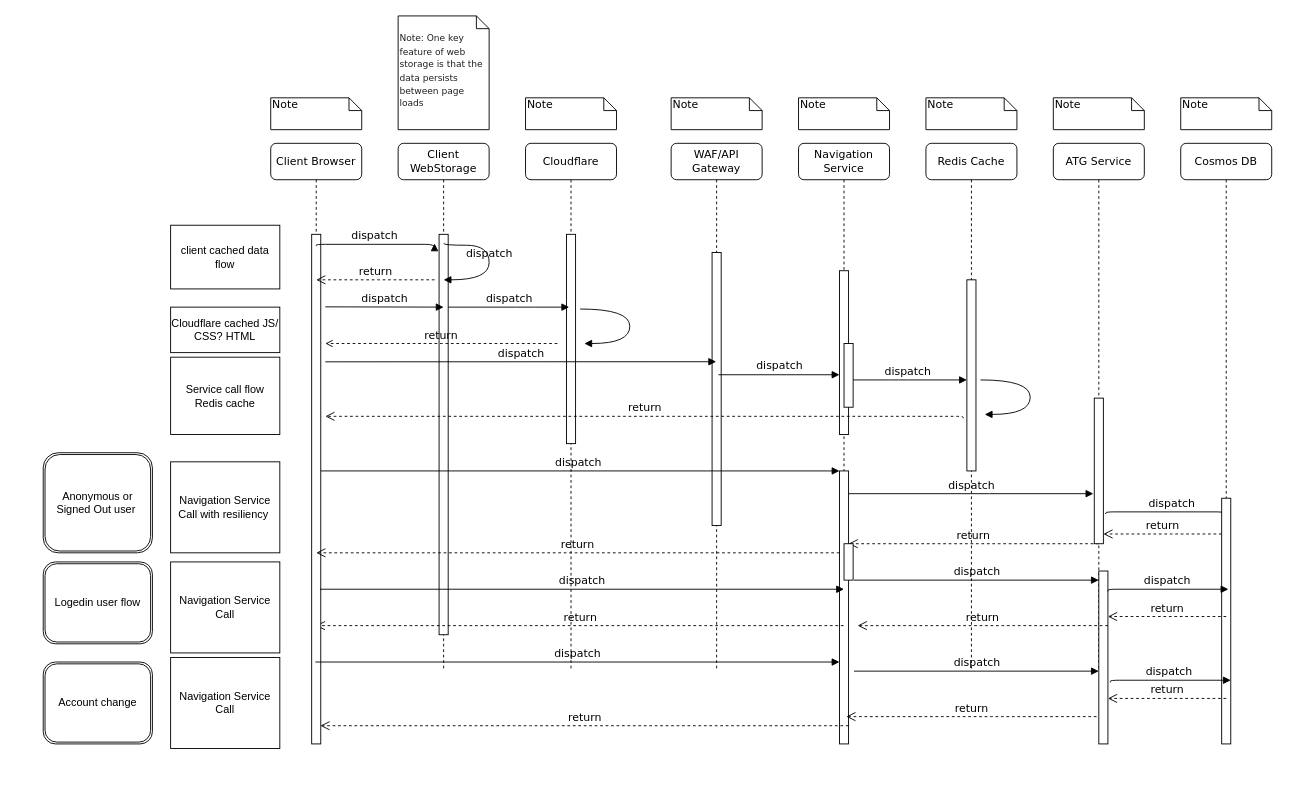
Before: Navigation Seq.drawio in neio100/orange, a draw.io diagram. Source tidied: cells renumbered, new cells numbered last; positions are measured from the earlier drawing's top-left corner, leaving out a move shared by most shapes. Both pictures are drawn from the tidied source at 91%, with x=0, y=0 at pixel (43, 15).
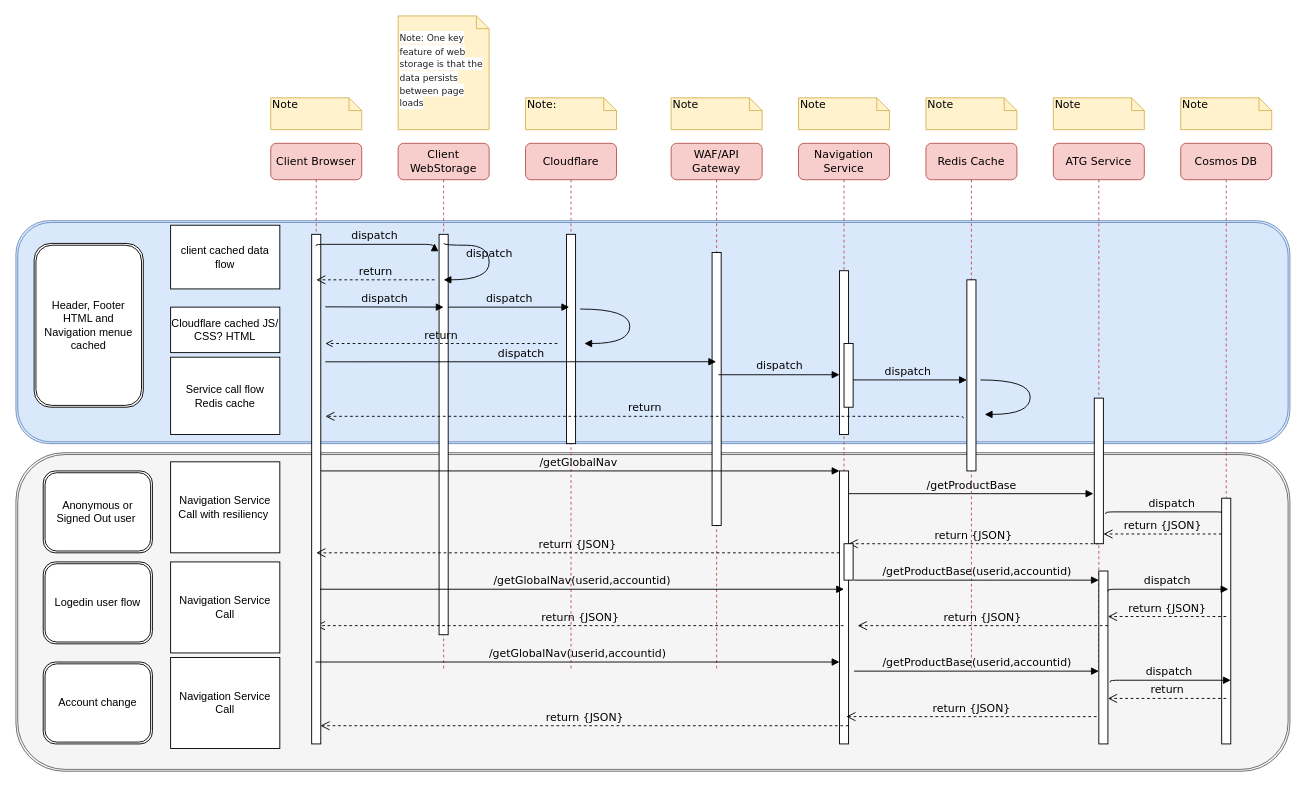
Above is the later version.

The change refers to these unchanged cells:
```xml
<mxCell id="17" style="html=1;points=[];perimeter=orthogonalPerimeter;rounded=0;shadow=0;comic=0;labelBackgroundColor=none;strokeWidth=1;fontFamily=Verdana;fontSize=12;align=center;" parent="1" vertex="1">
  <mxGeometry x="875" y="500" width="10" height="300" as="geometry" />
</mxCell>
```

Change to the diagram source:
```diff
@@
+    <mxCell id="69" style="shape=ext;double=1;rounded=1;whiteSpace=wrap;html=1;verticalAlign=middle;fillColor=#f5f5f5;strokeColor=#666666;fontColor=#333333;" parent="1" vertex="1">
+      <mxGeometry x="-30" y="480" width="1400" height="350" as="geometry" />
+    </mxCell>
+    <mxCell id="70" style="shape=ext;double=1;rounded=1;whiteSpace=wrap;html=1;verticalAlign=middle;fillColor=#dae8fc;strokeColor=#6c8ebf;" parent="1" vertex="1">
+      <mxGeometry x="-30" y="225" width="1400" height="245" as="geometry" />
+    </mxCell>
@@
-    <mxCell id="3" value="Cloudflare" style="shape=umlLifeline;perimeter=lifelinePerimeter;whiteSpace=wrap;html=1;rounded=1;shadow=0;comic=0;labelBackgroundColor=none;strokeWidth=1;fontFamily=Verdana;fontSize=12;align=center;" parent="1" vertex="1">
+    <mxCell id="3" value="Cloudflare" style="shape=umlLifeline;perimeter=lifelinePerimeter;whiteSpace=wrap;html=1;rounded=1;shadow=0;comic=0;labelBackgroundColor=none;strokeWidth=1;fontFamily=Verdana;fontSize=12;align=center;fillColor=#f8cecc;strokeColor=#b85450;" parent="1" vertex="1">
       <mxGeometry x="530" y="140" width="100" height="580" as="geometry" />
     </mxCell>
@@
-    <mxCell id="5" value="WAF/API Gateway" style="shape=umlLifeline;perimeter=lifelinePerimeter;whiteSpace=wrap;html=1;outlineConnect=0;rounded=1;shadow=0;comic=0;labelBackgroundColor=none;strokeWidth=1;fontFamily=Verdana;fontSize=12;align=center;" parent="1" vertex="1">
+    <mxCell id="5" value="WAF/API Gateway" style="shape=umlLifeline;perimeter=lifelinePerimeter;whiteSpace=wrap;html=1;outlineConnect=0;rounded=1;shadow=0;comic=0;labelBackgroundColor=none;strokeWidth=1;fontFamily=Verdana;fontSize=12;align=center;fillColor=#f8cecc;strokeColor=#b85450;" parent="1" vertex="1">
       <mxGeometry x="690" y="140" width="100" height="580" as="geometry" />
     </mxCell>
@@
-    <mxCell id="7" value="Navigation Service" style="shape=umlLifeline;perimeter=lifelinePerimeter;whiteSpace=wrap;html=1;outlineConnect=0;rounded=1;shadow=0;comic=0;labelBackgroundColor=none;strokeWidth=1;fontFamily=Verdana;fontSize=12;align=center;" parent="1" vertex="1">
+    <mxCell id="7" value="Navigation Service" style="shape=umlLifeline;perimeter=lifelinePerimeter;whiteSpace=wrap;html=1;outlineConnect=0;rounded=1;shadow=0;comic=0;labelBackgroundColor=none;strokeWidth=1;fontFamily=Verdana;fontSize=12;align=center;fillColor=#f8cecc;strokeColor=#b85450;" parent="1" vertex="1">
       <mxGeometry x="830" y="140" width="100" height="580" as="geometry" />
     </mxCell>
-    <mxCell id="8" value="Redis Cache" style="shape=umlLifeline;perimeter=lifelinePerimeter;whiteSpace=wrap;html=1;rounded=1;shadow=0;comic=0;labelBackgroundColor=none;strokeWidth=1;fontFamily=Verdana;fontSize=12;align=center;" parent="1" vertex="1">
+    <mxCell id="8" value="Redis Cache" style="shape=umlLifeline;perimeter=lifelinePerimeter;whiteSpace=wrap;html=1;rounded=1;shadow=0;comic=0;labelBackgroundColor=none;strokeWidth=1;fontFamily=Verdana;fontSize=12;align=center;fillColor=#f8cecc;strokeColor=#b85450;" parent="1" vertex="1">
       <mxGeometry x="970" y="140" width="100" height="580" as="geometry" />
     </mxCell>
-    <mxCell id="9" value="ATG Service" style="shape=umlLifeline;perimeter=lifelinePerimeter;whiteSpace=wrap;html=1;rounded=1;shadow=0;comic=0;labelBackgroundColor=none;strokeWidth=1;fontFamily=Verdana;fontSize=12;align=center;" parent="1" vertex="1">
+    <mxCell id="9" value="ATG Service" style="shape=umlLifeline;perimeter=lifelinePerimeter;whiteSpace=wrap;html=1;rounded=1;shadow=0;comic=0;labelBackgroundColor=none;strokeWidth=1;fontFamily=Verdana;fontSize=12;align=center;fillColor=#f8cecc;strokeColor=#b85450;" parent="1" vertex="1">
       <mxGeometry x="1110" y="140" width="100" height="580" as="geometry" />
     </mxCell>
-    <mxCell id="10" value="Cosmos DB" style="shape=umlLifeline;perimeter=lifelinePerimeter;whiteSpace=wrap;html=1;rounded=1;shadow=0;comic=0;labelBackgroundColor=none;strokeWidth=1;fontFamily=Verdana;fontSize=12;align=center;" parent="1" vertex="1">
+    <mxCell id="10" value="Cosmos DB" style="shape=umlLifeline;perimeter=lifelinePerimeter;whiteSpace=wrap;html=1;rounded=1;shadow=0;comic=0;labelBackgroundColor=none;strokeWidth=1;fontFamily=Verdana;fontSize=12;align=center;fillColor=#f8cecc;strokeColor=#b85450;" parent="1" vertex="1">
       <mxGeometry x="1250" y="140" width="100" height="580" as="geometry" />
     </mxCell>
-    <mxCell id="11" value="Client WebStorage" style="shape=umlLifeline;perimeter=lifelinePerimeter;whiteSpace=wrap;html=1;rounded=1;shadow=0;comic=0;labelBackgroundColor=none;strokeWidth=1;fontFamily=Verdana;fontSize=12;align=center;" parent="1" vertex="1">
+    <mxCell id="11" value="Client WebStorage" style="shape=umlLifeline;perimeter=lifelinePerimeter;whiteSpace=wrap;html=1;rounded=1;shadow=0;comic=0;labelBackgroundColor=none;strokeWidth=1;fontFamily=Verdana;fontSize=12;align=center;fillColor=#f8cecc;strokeColor=#b85450;" parent="1" vertex="1">
       <mxGeometry x="390" y="140" width="100" height="580" as="geometry" />
     </mxCell>
@@
-    <mxCell id="18" value="dispatch" style="html=1;verticalAlign=bottom;endArrow=block;entryX=0;entryY=0;labelBackgroundColor=none;fontFamily=Verdana;fontSize=12;" parent="1" edge="1" source="35" target="17">
+    <mxCell id="18" value="/getGlobalNav" style="html=1;verticalAlign=bottom;endArrow=block;entryX=0;entryY=0;labelBackgroundColor=none;fontFamily=Verdana;fontSize=12;" parent="1" edge="1" source="35" target="17">
       <mxGeometry relative="1" as="geometry" />
     </mxCell>
@@
-    <mxCell id="20" value="dispatch" style="html=1;verticalAlign=bottom;endArrow=block;labelBackgroundColor=none;fontFamily=Verdana;fontSize=12;" parent="1" edge="1" source="17">
+    <mxCell id="20" value="/getProductBase" style="html=1;verticalAlign=bottom;endArrow=block;labelBackgroundColor=none;fontFamily=Verdana;fontSize=12;" parent="1" edge="1" source="17">
       <mxGeometry relative="1" as="geometry">
         <mxPoint x="1154" y="525" as="targetPoint" />
         <Array as="points">
           <mxPoint x="1030" y="525" />
         </Array>
       </mxGeometry>
     </mxCell>
-    <mxCell id="21" value="return" style="html=1;verticalAlign=bottom;endArrow=open;dashed=1;endSize=8;labelBackgroundColor=none;fontFamily=Verdana;fontSize=12;" parent="1" edge="1" target="17">
+    <mxCell id="21" value="return {JSON}" style="html=1;verticalAlign=bottom;endArrow=open;dashed=1;endSize=8;labelBackgroundColor=none;fontFamily=Verdana;fontSize=12;" parent="1" edge="1" target="17">
       <mxGeometry relative="1" as="geometry">
         <mxPoint x="1160" y="580" as="sourcePoint" />
         <Array as="points">
           <mxPoint x="1050" y="580" />
         </Array>
       </mxGeometry>
     </mxCell>
@@
-    <mxCell id="23" value="return" style="html=1;verticalAlign=bottom;endArrow=open;dashed=1;endSize=8;labelBackgroundColor=none;fontFamily=Verdana;fontSize=12;edgeStyle=elbowEdgeStyle;elbow=vertical;" parent="1" edge="1" source="7" target="35">
+    <mxCell id="23" value="return {JSON}" style="html=1;verticalAlign=bottom;endArrow=open;dashed=1;endSize=8;labelBackgroundColor=none;fontFamily=Verdana;fontSize=12;edgeStyle=elbowEdgeStyle;elbow=vertical;" parent="1" edge="1" source="7" target="35">
       <mxGeometry relative="1" as="geometry">
         <Array as="points">
           <mxPoint x="520" y="670" />
           <mxPoint x="860" y="660" />
         </Array>
       </mxGeometry>
     </mxCell>
@@
-    <mxCell id="27" value="&lt;span style=&quot;color: rgb(33 , 33 , 33) ; font-family: &amp;#34;arial&amp;#34; , , sans-serif ; letter-spacing: -0.0444444px ; background-color: rgb(255 , 255 , 255)&quot;&gt;&lt;font style=&quot;font-size: 10px&quot;&gt;Note: One key feature of web storage is that the data persists between page loads&lt;/font&gt;&lt;/span&gt;" style="shape=note;whiteSpace=wrap;html=1;size=14;verticalAlign=middle;align=left;spacingTop=-6;rounded=0;shadow=0;comic=0;labelBackgroundColor=none;strokeWidth=1;fontFamily=Verdana;fontSize=12;" parent="1" vertex="1">
+    <mxCell id="27" value="&lt;span style=&quot;color: rgb(33 , 33 , 33) ; font-family: &amp;#34;arial&amp;#34; , , sans-serif ; letter-spacing: -0.0444444px ; background-color: rgb(255 , 255 , 255)&quot;&gt;&lt;font style=&quot;font-size: 10px&quot;&gt;Note: One key feature of web storage is that the data persists between page loads&lt;/font&gt;&lt;/span&gt;" style="shape=note;whiteSpace=wrap;html=1;size=14;verticalAlign=middle;align=left;spacingTop=-6;rounded=0;shadow=0;comic=0;labelBackgroundColor=none;strokeWidth=1;fontFamily=Verdana;fontSize=12;fillColor=#fff2cc;strokeColor=#d6b656;" parent="1" vertex="1">
       <mxGeometry x="390" width="100" height="125" as="geometry" />
     </mxCell>
-    <mxCell id="28" value="Note" style="shape=note;whiteSpace=wrap;html=1;size=14;verticalAlign=top;align=left;spacingTop=-6;rounded=0;shadow=0;comic=0;labelBackgroundColor=none;strokeWidth=1;fontFamily=Verdana;fontSize=12;" parent="1" vertex="1">
+    <mxCell id="28" value="Note:&amp;nbsp;" style="shape=note;whiteSpace=wrap;html=1;size=14;verticalAlign=top;align=left;spacingTop=-6;rounded=0;shadow=0;comic=0;labelBackgroundColor=none;strokeWidth=1;fontFamily=Verdana;fontSize=12;fillColor=#fff2cc;strokeColor=#d6b656;" parent="1" vertex="1">
       <mxGeometry x="530" y="90" width="100" height="35" as="geometry" />
     </mxCell>
-    <mxCell id="29" value="Note" style="shape=note;whiteSpace=wrap;html=1;size=14;verticalAlign=top;align=left;spacingTop=-6;rounded=0;shadow=0;comic=0;labelBackgroundColor=none;strokeWidth=1;fontFamily=Verdana;fontSize=12;" parent="1" vertex="1">
+    <mxCell id="29" value="Note" style="shape=note;whiteSpace=wrap;html=1;size=14;verticalAlign=top;align=left;spacingTop=-6;rounded=0;shadow=0;comic=0;labelBackgroundColor=none;strokeWidth=1;fontFamily=Verdana;fontSize=12;fillColor=#fff2cc;strokeColor=#d6b656;" parent="1" vertex="1">
       <mxGeometry x="690" y="90" width="100" height="35" as="geometry" />
     </mxCell>
-    <mxCell id="30" value="Note" style="shape=note;whiteSpace=wrap;html=1;size=14;verticalAlign=top;align=left;spacingTop=-6;rounded=0;shadow=0;comic=0;labelBackgroundColor=none;strokeWidth=1;fontFamily=Verdana;fontSize=12;" parent="1" vertex="1">
+    <mxCell id="30" value="Note" style="shape=note;whiteSpace=wrap;html=1;size=14;verticalAlign=top;align=left;spacingTop=-6;rounded=0;shadow=0;comic=0;labelBackgroundColor=none;strokeWidth=1;fontFamily=Verdana;fontSize=12;fillColor=#fff2cc;strokeColor=#d6b656;" parent="1" vertex="1">
       <mxGeometry x="830" y="90" width="100" height="35" as="geometry" />
     </mxCell>
-    <mxCell id="31" value="Note" style="shape=note;whiteSpace=wrap;html=1;size=14;verticalAlign=top;align=left;spacingTop=-6;rounded=0;shadow=0;comic=0;labelBackgroundColor=none;strokeWidth=1;fontFamily=Verdana;fontSize=12;" parent="1" vertex="1">
+    <mxCell id="31" value="Note" style="shape=note;whiteSpace=wrap;html=1;size=14;verticalAlign=top;align=left;spacingTop=-6;rounded=0;shadow=0;comic=0;labelBackgroundColor=none;strokeWidth=1;fontFamily=Verdana;fontSize=12;fillColor=#fff2cc;strokeColor=#d6b656;" parent="1" vertex="1">
       <mxGeometry x="970" y="90" width="100" height="35" as="geometry" />
     </mxCell>
-    <mxCell id="32" value="Note" style="shape=note;whiteSpace=wrap;html=1;size=14;verticalAlign=top;align=left;spacingTop=-6;rounded=0;shadow=0;comic=0;labelBackgroundColor=none;strokeWidth=1;fontFamily=Verdana;fontSize=12;" parent="1" vertex="1">
+    <mxCell id="32" value="Note" style="shape=note;whiteSpace=wrap;html=1;size=14;verticalAlign=top;align=left;spacingTop=-6;rounded=0;shadow=0;comic=0;labelBackgroundColor=none;strokeWidth=1;fontFamily=Verdana;fontSize=12;fillColor=#fff2cc;strokeColor=#d6b656;" parent="1" vertex="1">
       <mxGeometry x="1110" y="90" width="100" height="35" as="geometry" />
     </mxCell>
-    <mxCell id="33" value="Note" style="shape=note;whiteSpace=wrap;html=1;size=14;verticalAlign=top;align=left;spacingTop=-6;rounded=0;shadow=0;comic=0;labelBackgroundColor=none;strokeWidth=1;fontFamily=Verdana;fontSize=12;" parent="1" vertex="1">
+    <mxCell id="33" value="Note" style="shape=note;whiteSpace=wrap;html=1;size=14;verticalAlign=top;align=left;spacingTop=-6;rounded=0;shadow=0;comic=0;labelBackgroundColor=none;strokeWidth=1;fontFamily=Verdana;fontSize=12;fillColor=#fff2cc;strokeColor=#d6b656;" parent="1" vertex="1">
       <mxGeometry x="1250" y="90" width="100" height="35" as="geometry" />
     </mxCell>
     <mxCell id="34" value="Anonymous or Signed Out user&amp;nbsp;" style="shape=ext;double=1;rounded=1;whiteSpace=wrap;html=1;" parent="1" vertex="1">
-      <mxGeometry y="480" width="120" height="110" as="geometry" />
+      <mxGeometry y="500" width="120" height="90" as="geometry" />
     </mxCell>
-    <mxCell id="35" value="Client Browser" style="shape=umlLifeline;perimeter=lifelinePerimeter;whiteSpace=wrap;html=1;outlineConnect=0;rounded=1;shadow=0;comic=0;labelBackgroundColor=none;strokeWidth=1;fontFamily=Verdana;fontSize=12;align=center;" parent="1" vertex="1">
+    <mxCell id="35" value="Client Browser" style="shape=umlLifeline;perimeter=lifelinePerimeter;whiteSpace=wrap;html=1;outlineConnect=0;rounded=1;shadow=0;comic=0;labelBackgroundColor=none;strokeWidth=1;fontFamily=Verdana;fontSize=12;align=center;fillColor=#f8cecc;strokeColor=#b85450;" parent="1" vertex="1">
       <mxGeometry x="250" y="140" width="100" height="660" as="geometry" />
     </mxCell>
@@
-    <mxCell id="37" value="Note" style="shape=note;whiteSpace=wrap;html=1;size=14;verticalAlign=top;align=left;spacingTop=-6;rounded=0;shadow=0;comic=0;labelBackgroundColor=none;strokeWidth=1;fontFamily=Verdana;fontSize=12;" parent="1" vertex="1">
+    <mxCell id="37" value="Note" style="shape=note;whiteSpace=wrap;html=1;size=14;verticalAlign=top;align=left;spacingTop=-6;rounded=0;shadow=0;comic=0;labelBackgroundColor=none;strokeWidth=1;fontFamily=Verdana;fontSize=12;fillColor=#fff2cc;strokeColor=#d6b656;" parent="1" vertex="1">
       <mxGeometry x="250" y="90" width="100" height="35" as="geometry" />
     </mxCell>
@@
-    <mxCell id="52" value="return" style="html=1;verticalAlign=bottom;endArrow=open;dashed=1;endSize=8;labelBackgroundColor=none;fontFamily=Verdana;fontSize=12;edgeStyle=elbowEdgeStyle;elbow=vertical;" parent="1" edge="1">
+    <mxCell id="52" value="return {JSON}" style="html=1;verticalAlign=bottom;endArrow=open;dashed=1;endSize=8;labelBackgroundColor=none;fontFamily=Verdana;fontSize=12;edgeStyle=elbowEdgeStyle;elbow=vertical;" parent="1" edge="1">
       <mxGeometry relative="1" as="geometry">
         <mxPoint x="1295" y="569.3" as="sourcePoint" />
         <mxPoint x="1165" y="569.3" as="targetPoint" />
         <Array as="points">
           <mxPoint x="1240" y="569.3" />
           <mxPoint x="1270" y="569.3" />
         </Array>
       </mxGeometry>
     </mxCell>
-    <mxCell id="53" value="return" style="html=1;verticalAlign=bottom;endArrow=open;dashed=1;endSize=8;labelBackgroundColor=none;fontFamily=Verdana;fontSize=12;edgeStyle=elbowEdgeStyle;elbow=vertical;" parent="1" edge="1">
+    <mxCell id="53" value="return {JSON}" style="html=1;verticalAlign=bottom;endArrow=open;dashed=1;endSize=8;labelBackgroundColor=none;fontFamily=Verdana;fontSize=12;edgeStyle=elbowEdgeStyle;elbow=vertical;" parent="1" edge="1">
       <mxGeometry relative="1" as="geometry">
         <mxPoint x="875" y="590" as="sourcePoint" />
         <mxPoint x="300" y="590" as="targetPoint" />
         <Array as="points">
           <mxPoint x="575" y="590" />
         </Array>
       </mxGeometry>
     </mxCell>
@@
-    <mxCell id="55" value="dispatch" style="html=1;verticalAlign=bottom;endArrow=block;labelBackgroundColor=none;fontFamily=Verdana;fontSize=12;" parent="1" edge="1">
+    <mxCell id="55" value="/getProductBase(userid,accountid)" style="html=1;verticalAlign=bottom;endArrow=block;labelBackgroundColor=none;fontFamily=Verdana;fontSize=12;" parent="1" edge="1">
       <mxGeometry relative="1" as="geometry">
         <mxPoint x="891" y="620" as="sourcePoint" />
         <mxPoint x="1160" y="620" as="targetPoint" />
         <Array as="points">
           <mxPoint x="1036" y="620" />
         </Array>
       </mxGeometry>
     </mxCell>
@@
-    <mxCell id="57" value="return" style="html=1;verticalAlign=bottom;endArrow=open;dashed=1;endSize=8;labelBackgroundColor=none;fontFamily=Verdana;fontSize=12;edgeStyle=elbowEdgeStyle;elbow=vertical;" parent="1" edge="1">
+    <mxCell id="57" value="return {JSON}" style="html=1;verticalAlign=bottom;endArrow=open;dashed=1;endSize=8;labelBackgroundColor=none;fontFamily=Verdana;fontSize=12;edgeStyle=elbowEdgeStyle;elbow=vertical;" parent="1" edge="1">
       <mxGeometry relative="1" as="geometry">
         <mxPoint x="1300" y="660" as="sourcePoint" />
         <mxPoint x="1170" y="660" as="targetPoint" />
         <Array as="points">
-          <mxPoint x="1245" y="660" />
           <mxPoint x="1275" y="660" />
         </Array>
       </mxGeometry>
     </mxCell>
-    <mxCell id="58" value="return" style="html=1;verticalAlign=bottom;endArrow=open;dashed=1;endSize=8;labelBackgroundColor=none;fontFamily=Verdana;fontSize=12;" parent="1" edge="1">
+    <mxCell id="58" value="return {JSON}" style="html=1;verticalAlign=bottom;endArrow=open;dashed=1;endSize=8;labelBackgroundColor=none;fontFamily=Verdana;fontSize=12;" parent="1" edge="1">
       <mxGeometry relative="1" as="geometry">
         <mxPoint x="1170" y="670" as="sourcePoint" />
         <mxPoint x="895" y="670" as="targetPoint" />
         <Array as="points">
           <mxPoint x="1060" y="670" />
         </Array>
       </mxGeometry>
     </mxCell>
@@
-    <mxCell id="60" value="dispatch" style="html=1;verticalAlign=bottom;endArrow=block;entryX=0;entryY=0;labelBackgroundColor=none;fontFamily=Verdana;fontSize=12;" parent="1" edge="1">
+    <mxCell id="60" value="/getGlobalNav(userid,accountid)" style="html=1;verticalAlign=bottom;endArrow=block;entryX=0;entryY=0;labelBackgroundColor=none;fontFamily=Verdana;fontSize=12;" parent="1" edge="1">
       <mxGeometry relative="1" as="geometry">
         <mxPoint x="304.1" y="630" as="sourcePoint" />
         <mxPoint x="880" y="630" as="targetPoint" />
       </mxGeometry>
     </mxCell>
-    <mxCell id="61" value="dispatch" style="html=1;verticalAlign=bottom;endArrow=block;entryX=0;entryY=0;labelBackgroundColor=none;fontFamily=Verdana;fontSize=12;" parent="1" edge="1">
+    <mxCell id="61" value="/getGlobalNav(userid,accountid)" style="html=1;verticalAlign=bottom;endArrow=block;entryX=0;entryY=0;labelBackgroundColor=none;fontFamily=Verdana;fontSize=12;" parent="1" edge="1">
       <mxGeometry relative="1" as="geometry">
         <mxPoint x="299.1" y="710" as="sourcePoint" />
         <mxPoint x="875" y="710" as="targetPoint" />
       </mxGeometry>
     </mxCell>
-    <mxCell id="62" value="dispatch" style="html=1;verticalAlign=bottom;endArrow=block;labelBackgroundColor=none;fontFamily=Verdana;fontSize=12;" parent="1" edge="1">
+    <mxCell id="62" value="/getProductBase(userid,accountid)" style="html=1;verticalAlign=bottom;endArrow=block;labelBackgroundColor=none;fontFamily=Verdana;fontSize=12;" parent="1" edge="1">
       <mxGeometry relative="1" as="geometry">
         <mxPoint x="891" y="720" as="sourcePoint" />
         <mxPoint x="1160" y="720" as="targetPoint" />
-        <Array as="points">
-          <mxPoint x="1036" y="720" />
-        </Array>
       </mxGeometry>
     </mxCell>
@@
-    <mxCell id="65" value="return" style="html=1;verticalAlign=bottom;endArrow=open;dashed=1;endSize=8;labelBackgroundColor=none;fontFamily=Verdana;fontSize=12;" parent="1" edge="1">
+    <mxCell id="65" value="return {JSON}" style="html=1;verticalAlign=bottom;endArrow=open;dashed=1;endSize=8;labelBackgroundColor=none;fontFamily=Verdana;fontSize=12;" parent="1" edge="1">
       <mxGeometry relative="1" as="geometry">
         <mxPoint x="1157.5" y="770" as="sourcePoint" />
         <mxPoint x="882.5" y="770" as="targetPoint" />
         <Array as="points">
           <mxPoint x="1047.5" y="770" />
         </Array>
       </mxGeometry>
     </mxCell>
-    <mxCell id="66" value="return" style="html=1;verticalAlign=bottom;endArrow=open;dashed=1;endSize=8;labelBackgroundColor=none;fontFamily=Verdana;fontSize=12;edgeStyle=elbowEdgeStyle;elbow=vertical;" parent="1" edge="1">
+    <mxCell id="66" value="return {JSON}" style="html=1;verticalAlign=bottom;endArrow=open;dashed=1;endSize=8;labelBackgroundColor=none;fontFamily=Verdana;fontSize=12;edgeStyle=elbowEdgeStyle;elbow=vertical;" parent="1" edge="1">
       <mxGeometry relative="1" as="geometry">
         <mxPoint x="885" y="780" as="sourcePoint" />
         <mxPoint x="304.6" y="780" as="targetPoint" />
         <Array as="points">
           <mxPoint x="525.5" y="780" />
           <mxPoint x="865.5" y="770" />
         </Array>
       </mxGeometry>
     </mxCell>
@@
+    <mxCell id="71" value="Header, Footer HTML and Navigation menue cached" style="shape=ext;double=1;rounded=1;whiteSpace=wrap;html=1;" parent="1" vertex="1">
+      <mxGeometry x="-10" y="250" width="120" height="180" as="geometry" />
+    </mxCell>
```
